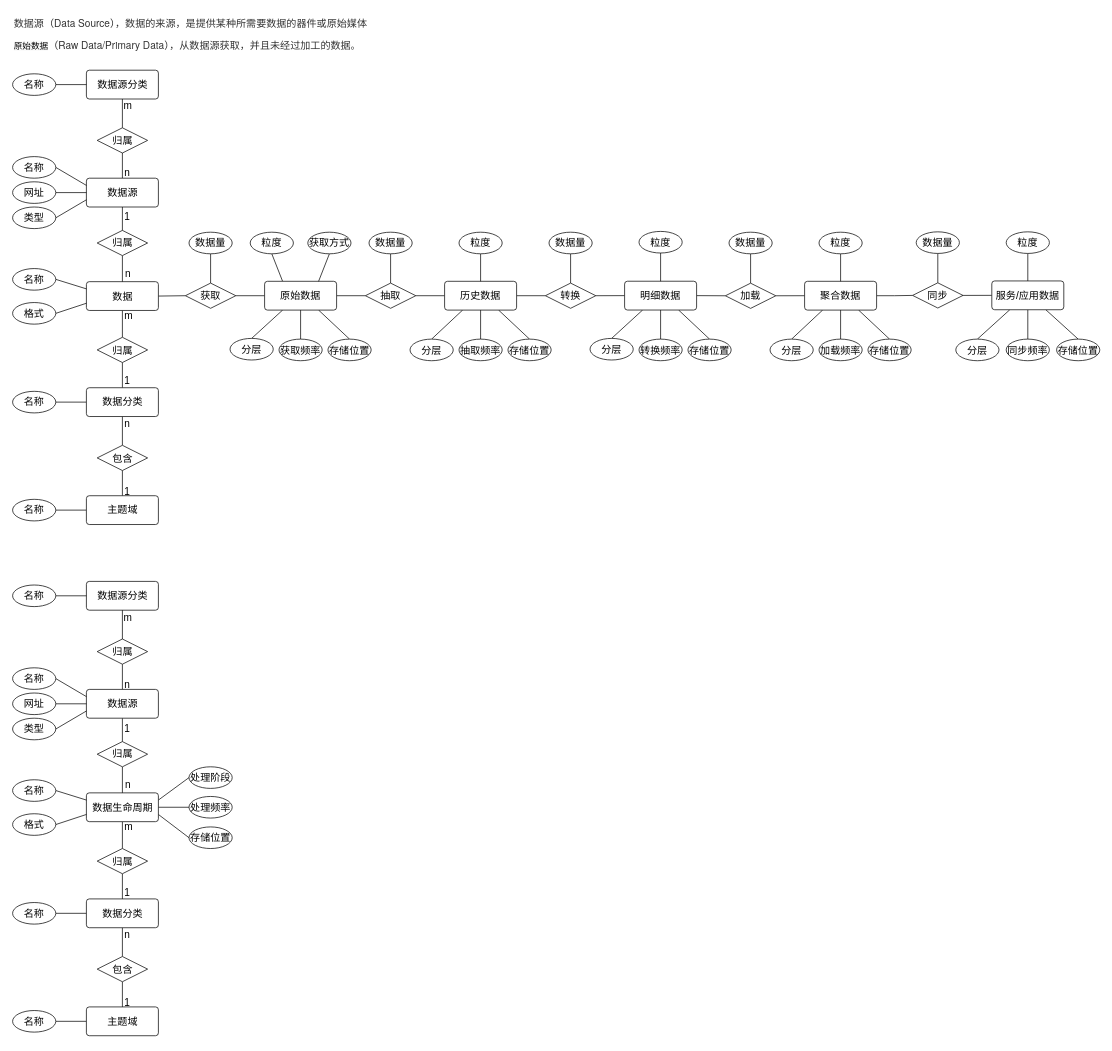
Before: 数据源模型.drawio in wangzijia122/drawio_repository, a draw.io diagram. Source tidied: cells renumbered, new cells numbered last; positions are measured from the earlier drawing's top-left corner, leaving out a move shared by most shapes. Both pictures are drawn from the tidied source at 72%, with x=0, y=0 at pixel (12, 12).
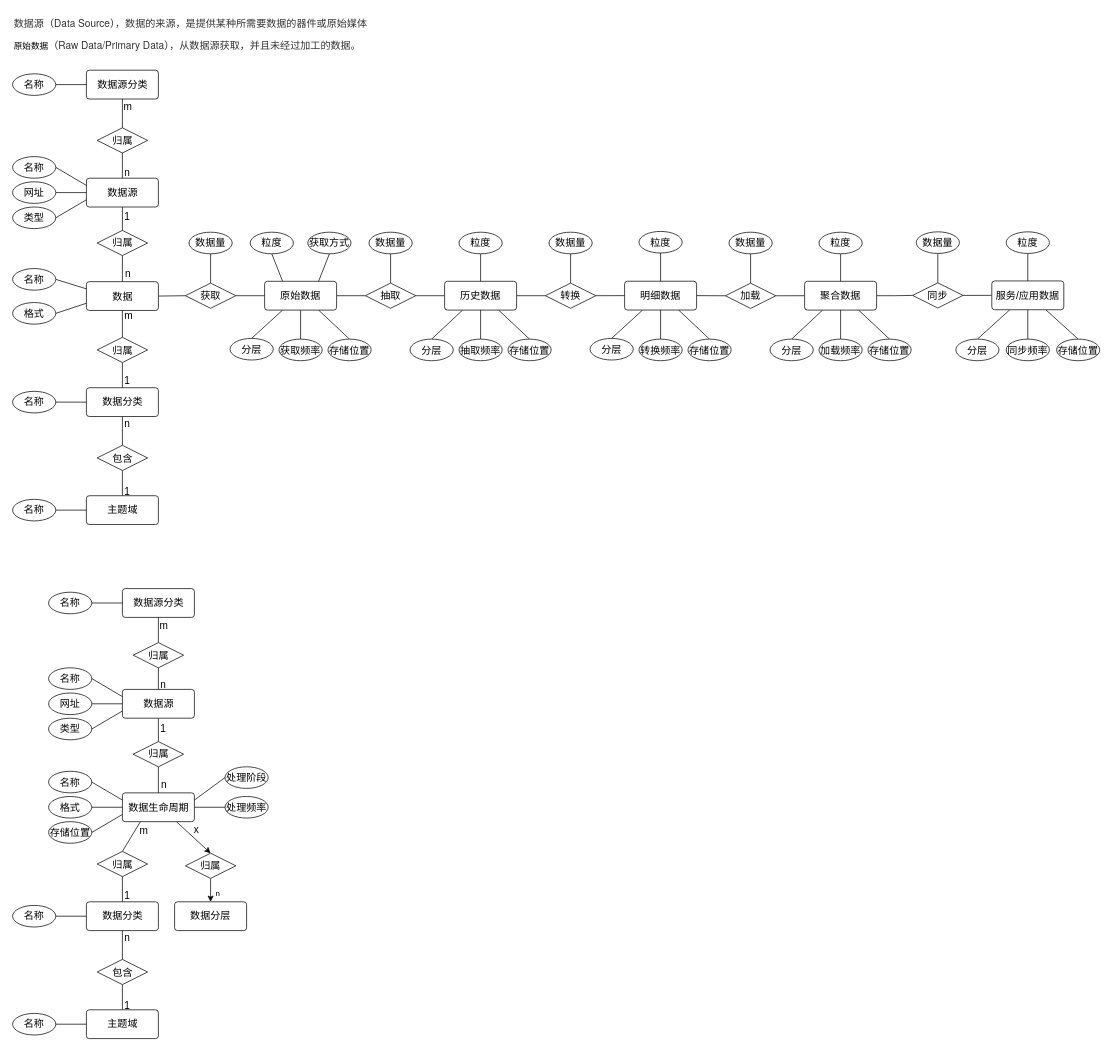
Above is the later version.

Commit message (it also covers changes not shown here):
更新数据源模型.drawio

The change refers to these unchanged cells:
```xml
<mxCell id="41" style="rounded=0;jettySize=auto;html=1;exitX=0.5;exitY=0;exitDx=0;exitDy=0;entryX=0.5;entryY=1;entryDx=0;entryDy=0;endArrow=none;endFill=0;fontSize=14;" parent="1" edge="1" source="43" target="3">
  <mxGeometry relative="1" as="geometry" />
</mxCell>
<mxCell id="151" style="rounded=0;jettySize=auto;html=1;exitX=0.5;exitY=0;exitDx=0;exitDy=0;entryX=0.5;entryY=1;entryDx=0;entryDy=0;endArrow=none;endFill=0;fontSize=14;" parent="1" edge="1" source="153" target="112">
  <mxGeometry relative="1" as="geometry" />
</mxCell>
```

Diff of the diagram source:
```diff
@@
     <mxCell id="42" value="m" style="edgeLabel;html=1;align=center;verticalAlign=middle;fontSize=14;" parent="41" vertex="1">
       <mxGeometry x="0.82" y="-1" relative="1" as="geometry">
-        <mxPoint x="6" y="5" as="offset" />
+        <mxPoint x="6" y="6" as="offset" />
       </mxGeometry>
     </mxCell>
@@
     <mxCell id="112" value="数据源分类" style="rounded=1;arcSize=10;whiteSpace=wrap;html=1;align=center;fontSize=14;" parent="1" vertex="1">
-      <mxGeometry x="102.5" y="790" width="100" height="40" as="geometry" />
+      <mxGeometry x="152.5" y="800" width="100" height="40" as="geometry" />
     </mxCell>
-    <mxCell id="113" style="rounded=0;jettySize=auto;html=1;exitX=0.5;exitY=1;exitDx=0;exitDy=0;entryX=0.5;entryY=0;entryDx=0;entryDy=0;endArrow=none;endFill=0;fontSize=14;" parent="1" edge="1" source="118" target="139">
+    <mxCell id="113" style="rounded=0;jettySize=auto;html=1;exitX=0.25;exitY=1;exitDx=0;exitDy=0;entryX=0.5;entryY=0;entryDx=0;entryDy=0;endArrow=none;endFill=0;fontSize=14;" parent="1" edge="1" source="118" target="139">
       <mxGeometry relative="1" as="geometry" />
     </mxCell>
     <mxCell id="114" value="m" style="edgeLabel;html=1;align=center;verticalAlign=middle;fontSize=14;" parent="113" vertex="1">
       <mxGeometry x="-0.56" y="1" relative="1" as="geometry">
-        <mxPoint x="7" y="-1" as="offset" />
+        <mxPoint x="9" y="3" as="offset" />
       </mxGeometry>
     </mxCell>
@@
-    <mxCell id="117" style="rounded=0;jettySize=auto;html=1;exitX=1;exitY=0.75;exitDx=0;exitDy=0;entryX=0;entryY=0.5;entryDx=0;entryDy=0;endArrow=none;endFill=0;" parent="1" edge="1" source="118" target="157">
-      <mxGeometry relative="1" as="geometry" />
-    </mxCell>
+    <mxCell id="164" style="rounded=0;jettySize=auto;html=1;exitX=0.75;exitY=1;exitDx=0;exitDy=0;entryX=0.5;entryY=0;entryDx=0;entryDy=0;" parent="1" edge="1" source="118" target="170">
+      <mxGeometry relative="1" as="geometry" />
+    </mxCell>
+    <mxCell id="165" value="x" style="edgeLabel;html=1;align=center;verticalAlign=middle;fontSize=14;" parent="164" vertex="1">
+      <mxGeometry x="-0.61" relative="1" as="geometry">
+        <mxPoint x="17" y="2" as="offset" />
+      </mxGeometry>
+    </mxCell>
     <mxCell id="118" value="数据生命周期" style="rounded=1;arcSize=10;whiteSpace=wrap;html=1;align=center;fontSize=14;" parent="1" vertex="1">
-      <mxGeometry x="102.5" y="1083.7" width="100" height="40" as="geometry" />
+      <mxGeometry x="152.5" y="1083.7" width="100" height="40" as="geometry" />
     </mxCell>
@@
     <mxCell id="120" value="名称" style="ellipse;whiteSpace=wrap;html=1;align=center;fontSize=14;" parent="1" vertex="1">
-      <mxGeometry y="1065.5" width="60" height="30" as="geometry" />
+      <mxGeometry x="50" y="1053.7" width="60" height="30" as="geometry" />
     </mxCell>
-    <mxCell id="121" style="rounded=0;jettySize=auto;html=1;exitX=1;exitY=0.5;exitDx=0;exitDy=0;entryX=0;entryY=0.75;entryDx=0;entryDy=0;endArrow=none;endFill=0;fontSize=14;" parent="1" edge="1" source="122" target="118">
+    <mxCell id="121" style="rounded=0;jettySize=auto;html=1;exitX=1;exitY=0.5;exitDx=0;exitDy=0;entryX=0;entryY=0.5;entryDx=0;entryDy=0;endArrow=none;endFill=0;fontSize=14;" parent="1" edge="1" source="122" target="118">
       <mxGeometry relative="1" as="geometry" />
     </mxCell>
     <mxCell id="122" value="格式" style="ellipse;whiteSpace=wrap;html=1;align=center;fontSize=14;" parent="1" vertex="1">
-      <mxGeometry y="1112.7" width="60" height="30" as="geometry" />
+      <mxGeometry x="50" y="1088.7" width="60" height="30" as="geometry" />
     </mxCell>
@@
     <mxCell id="125" value="归属" style="shape=rhombus;perimeter=rhombusPerimeter;whiteSpace=wrap;html=1;align=center;fontSize=14;" parent="1" vertex="1">
-      <mxGeometry x="117.5" y="1012.5" width="70" height="35" as="geometry" />
+      <mxGeometry x="167.5" y="1012.5" width="70" height="35" as="geometry" />
     </mxCell>
@@
     <mxCell id="130" value="数据源" style="rounded=1;arcSize=10;whiteSpace=wrap;html=1;align=center;fontSize=14;" parent="1" vertex="1">
-      <mxGeometry x="102.5" y="940" width="100" height="40" as="geometry" />
+      <mxGeometry x="152.5" y="940" width="100" height="40" as="geometry" />
     </mxCell>
@@
     <mxCell id="132" value="类型" style="ellipse;whiteSpace=wrap;html=1;align=center;fontSize=14;" parent="1" vertex="1">
-      <mxGeometry y="980" width="60" height="30" as="geometry" />
+      <mxGeometry x="50" y="980" width="60" height="30" as="geometry" />
     </mxCell>
@@
     <mxCell id="134" value="网址" style="ellipse;whiteSpace=wrap;html=1;align=center;fontSize=14;" parent="1" vertex="1">
-      <mxGeometry y="945" width="60" height="30" as="geometry" />
+      <mxGeometry x="50" y="945" width="60" height="30" as="geometry" />
     </mxCell>
@@
     <mxCell id="136" value="名称" style="ellipse;whiteSpace=wrap;html=1;align=center;fontSize=14;" parent="1" vertex="1">
-      <mxGeometry y="910" width="60" height="30" as="geometry" />
+      <mxGeometry x="50" y="910" width="60" height="30" as="geometry" />
     </mxCell>
@@
     <mxCell id="139" value="归属" style="shape=rhombus;perimeter=rhombusPerimeter;whiteSpace=wrap;html=1;align=center;fontSize=14;" parent="1" vertex="1">
-      <mxGeometry x="117.5" y="1161" width="70" height="35" as="geometry" />
+      <mxGeometry x="117.5" y="1165" width="70" height="35" as="geometry" />
     </mxCell>
@@
     <mxCell id="143" value="数据分类" style="rounded=1;arcSize=10;whiteSpace=wrap;html=1;align=center;fontSize=14;" parent="1" vertex="1">
-      <mxGeometry x="102.5" y="1231" width="100" height="40" as="geometry" />
+      <mxGeometry x="102.5" y="1235" width="100" height="40" as="geometry" />
     </mxCell>
     <mxCell id="144" value="名称" style="ellipse;whiteSpace=wrap;html=1;align=center;fontSize=14;" parent="1" vertex="1">
-      <mxGeometry y="1236" width="60" height="30" as="geometry" />
+      <mxGeometry y="1240" width="60" height="30" as="geometry" />
     </mxCell>
@@
     <mxCell id="147" value="包含" style="shape=rhombus;perimeter=rhombusPerimeter;whiteSpace=wrap;html=1;align=center;fontSize=14;" parent="1" vertex="1">
-      <mxGeometry x="117.5" y="1311" width="70" height="35" as="geometry" />
+      <mxGeometry x="117.5" y="1315" width="70" height="35" as="geometry" />
     </mxCell>
@@
     <mxCell id="149" value="主题域" style="rounded=1;arcSize=10;whiteSpace=wrap;html=1;align=center;fontSize=14;" parent="1" vertex="1">
-      <mxGeometry x="102.5" y="1381" width="100" height="40" as="geometry" />
+      <mxGeometry x="102.5" y="1385" width="100" height="40" as="geometry" />
     </mxCell>
     <mxCell id="150" value="名称" style="ellipse;whiteSpace=wrap;html=1;align=center;fontSize=14;" parent="1" vertex="1">
-      <mxGeometry y="1386" width="60" height="30" as="geometry" />
+      <mxGeometry y="1390" width="60" height="30" as="geometry" />
     </mxCell>
@@
     <mxCell id="152" value="m" style="edgeLabel;html=1;align=center;verticalAlign=middle;fontSize=14;" parent="151" vertex="1">
       <mxGeometry x="0.82" y="-1" relative="1" as="geometry">
-        <mxPoint x="6" y="5" as="offset" />
+        <mxPoint x="6" y="7" as="offset" />
       </mxGeometry>
     </mxCell>
     <mxCell id="153" value="归属" style="shape=rhombus;perimeter=rhombusPerimeter;whiteSpace=wrap;html=1;align=center;fontSize=14;" parent="1" vertex="1">
-      <mxGeometry x="117.5" y="870" width="70" height="35" as="geometry" />
+      <mxGeometry x="167.5" y="875" width="70" height="35" as="geometry" />
     </mxCell>
@@
     <mxCell id="155" value="名称" style="ellipse;whiteSpace=wrap;html=1;align=center;fontSize=14;" parent="1" vertex="1">
-      <mxGeometry y="795" width="60" height="30" as="geometry" />
+      <mxGeometry x="50" y="805" width="60" height="30" as="geometry" />
     </mxCell>
     <mxCell id="156" value="处理阶段" style="ellipse;whiteSpace=wrap;html=1;align=center;fontSize=14;" parent="1" vertex="1">
-      <mxGeometry x="245" y="1047.5" width="60" height="30" as="geometry" />
+      <mxGeometry x="295" y="1047.5" width="60" height="30" as="geometry" />
     </mxCell>
+    <mxCell id="166" style="rounded=0;jettySize=auto;html=1;exitX=1;exitY=0.5;exitDx=0;exitDy=0;entryX=0;entryY=0.75;entryDx=0;entryDy=0;endArrow=none;endFill=0;" parent="1" edge="1" source="157" target="118">
+      <mxGeometry relative="1" as="geometry" />
+    </mxCell>
     <mxCell id="157" value="存储位置" style="ellipse;whiteSpace=wrap;html=1;align=center;fontSize=14;" parent="1" vertex="1">
-      <mxGeometry x="245" y="1131" width="60" height="30" as="geometry" />
+      <mxGeometry x="50" y="1123.7" width="60" height="30" as="geometry" />
     </mxCell>
     <mxCell id="158" value="处理频率" style="ellipse;whiteSpace=wrap;html=1;align=center;fontSize=14;" parent="1" vertex="1">
-      <mxGeometry x="245" y="1088.7" width="60" height="30" as="geometry" />
+      <mxGeometry x="295" y="1088.7" width="60" height="30" as="geometry" />
     </mxCell>
@@
+    <mxCell id="167" value="数据分层" style="rounded=1;arcSize=10;whiteSpace=wrap;html=1;align=center;fontSize=14;" parent="1" vertex="1">
+      <mxGeometry x="225" y="1235" width="100" height="40" as="geometry" />
+    </mxCell>
+    <mxCell id="168" style="edgeStyle=orthogonalEdgeStyle;rounded=0;jettySize=auto;html=1;exitX=0.5;exitY=1;exitDx=0;exitDy=0;entryX=0.5;entryY=0;entryDx=0;entryDy=0;" parent="1" edge="1" source="170" target="167">
+      <mxGeometry relative="1" as="geometry" />
+    </mxCell>
+    <mxCell id="169" value="n" style="edgeLabel;html=1;align=center;verticalAlign=middle;" parent="168" vertex="1">
+      <mxGeometry x="0.11" y="1" relative="1" as="geometry">
+        <mxPoint x="8" y="3" as="offset" />
+      </mxGeometry>
+    </mxCell>
+    <mxCell id="170" value="归属" style="shape=rhombus;perimeter=rhombusPerimeter;whiteSpace=wrap;html=1;align=center;fontSize=14;" parent="1" vertex="1">
+      <mxGeometry x="240" y="1167.5" width="70" height="35" as="geometry" />
+    </mxCell>
```
